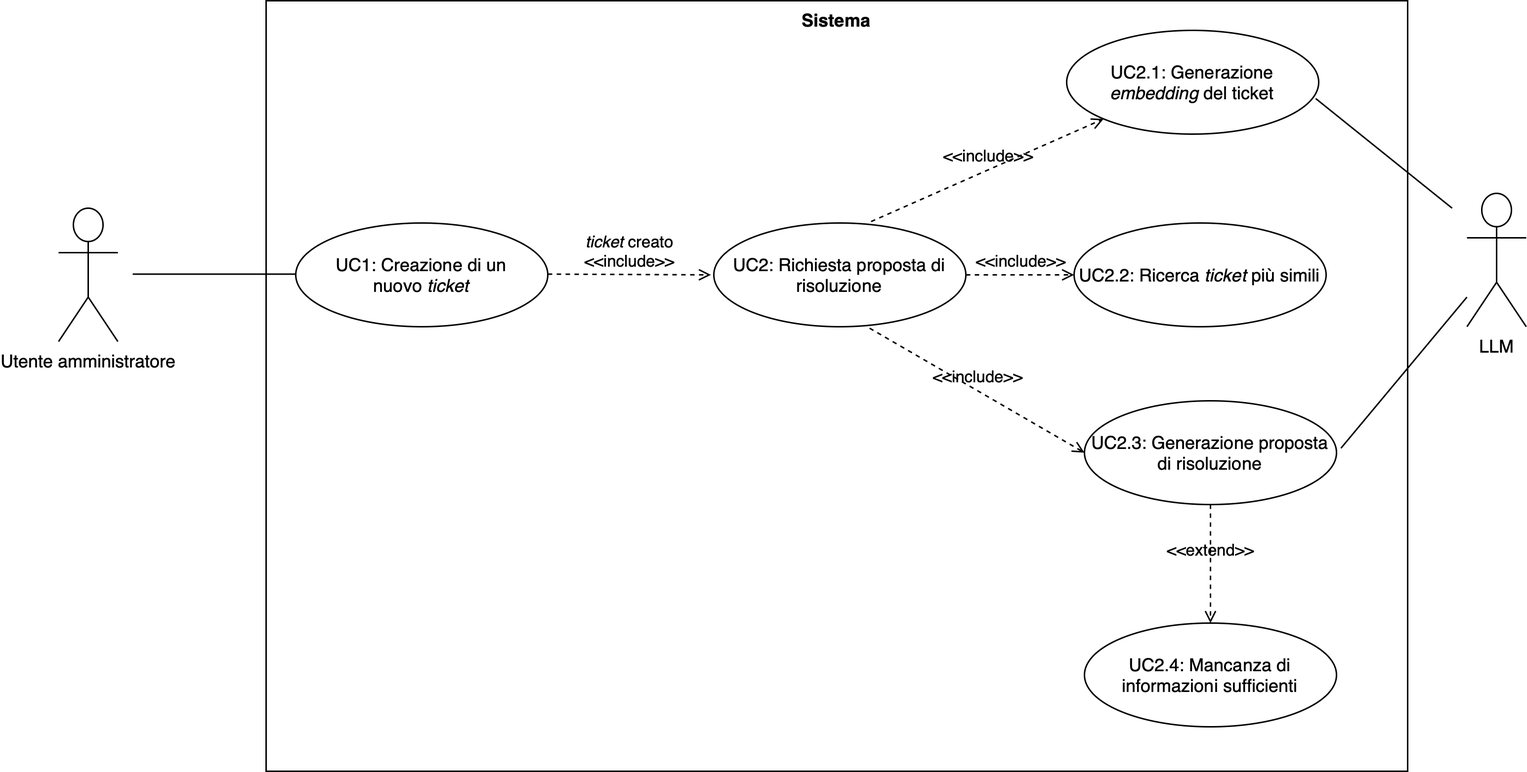
Before: images/uc2.png, a diagram exported from draw.io (EndyXVIII/thesis-unipd). Source tidied: cells renumbered, new cells last; positions are measured from the earlier drawing's top-left corner, leaving out a move shared by most shapes. The source it was exported from:
```xml
<mxGraphModel>
  <root>
    <mxCell id="0" />
    <mxCell id="1" parent="0" />
    <mxCell id="2" value="Utente amministratore" style="shape=umlActor;verticalLabelPosition=bottom;verticalAlign=top;html=1;" parent="1" vertex="1">
      <mxGeometry y="140" width="40" height="90" as="geometry" />
    </mxCell>
    <mxCell id="3" value="Sistema" style="shape=rect;html=1;verticalAlign=top;fontStyle=1;whiteSpace=wrap;align=center;" parent="1" vertex="1">
      <mxGeometry x="140" width="770" height="520" as="geometry" />
    </mxCell>
    <mxCell id="4" value="UC1: Creazione di un nuovo&amp;nbsp;&lt;i&gt;ticket&lt;/i&gt;" style="ellipse;whiteSpace=wrap;html=1;" parent="1" vertex="1">
      <mxGeometry x="160" y="150" width="170" height="70" as="geometry" />
    </mxCell>
    <mxCell id="5" style="edgeStyle=none;html=1;endArrow=none;verticalAlign=bottom;rounded=0;" parent="1" edge="1">
      <mxGeometry relative="1" as="geometry">
        <mxPoint x="50" y="184.5" as="sourcePoint" />
        <mxPoint x="160" y="184.5" as="targetPoint" />
      </mxGeometry>
    </mxCell>
    <mxCell id="6" value="&lt;i&gt;ticket&lt;/i&gt; creato&lt;div&gt;&amp;lt;&amp;lt;include&amp;gt;&amp;gt;&lt;/div&gt;" style="html=1;verticalAlign=bottom;labelBackgroundColor=none;endArrow=open;endFill=0;dashed=1;rounded=0;" parent="1" edge="1">
      <mxGeometry relative="1" as="geometry">
        <mxPoint x="330" y="184.5" as="sourcePoint" />
        <mxPoint x="440" y="185" as="targetPoint" />
      </mxGeometry>
    </mxCell>
    <mxCell id="7" value="UC2: Richiesta proposta di risoluzione" style="ellipse;whiteSpace=wrap;html=1;" parent="1" vertex="1">
      <mxGeometry x="442" y="150" width="170" height="70" as="geometry" />
    </mxCell>
    <mxCell id="8" value="&amp;lt;&amp;lt;include&amp;gt;&amp;gt;" style="html=1;verticalAlign=bottom;labelBackgroundColor=none;endArrow=open;endFill=0;dashed=1;rounded=0;exitX=0.624;exitY=-0.014;exitDx=0;exitDy=0;exitPerimeter=0;entryX=0;entryY=1;entryDx=0;entryDy=0;" parent="1" edge="1" source="7" target="9">
      <mxGeometry x="0.01" relative="1" as="geometry" />
    </mxCell>
    <mxCell id="9" value="UC2.1: Generazione &lt;i&gt;embedding&lt;/i&gt; del ticket" style="ellipse;whiteSpace=wrap;html=1;" parent="1" vertex="1">
      <mxGeometry x="680" y="20" width="170" height="70" as="geometry" />
    </mxCell>
    <mxCell id="10" value="LLM" style="shape=umlActor;verticalLabelPosition=bottom;verticalAlign=top;html=1;" parent="1" vertex="1">
      <mxGeometry x="950" y="130" width="40" height="90" as="geometry" />
    </mxCell>
    <mxCell id="11" value="UC2.2: Ricerca &lt;i&gt;ticket&lt;/i&gt; più simili" style="ellipse;whiteSpace=wrap;html=1;" parent="1" vertex="1">
      <mxGeometry x="685" y="150" width="170" height="70" as="geometry" />
    </mxCell>
    <mxCell id="12" value="&amp;lt;&amp;lt;include&amp;gt;&amp;gt;" style="html=1;verticalAlign=bottom;labelBackgroundColor=none;endArrow=open;endFill=0;dashed=1;rounded=0;exitX=1;exitY=0.5;exitDx=0;exitDy=0;entryX=0;entryY=0.5;entryDx=0;entryDy=0;" parent="1" edge="1" source="7" target="11">
      <mxGeometry x="0.01" relative="1" as="geometry" />
    </mxCell>
    <mxCell id="13" value="UC2.3: Generazione proposta di risoluzione" style="ellipse;whiteSpace=wrap;html=1;" parent="1" vertex="1">
      <mxGeometry x="692" y="270" width="170" height="70" as="geometry" />
    </mxCell>
    <mxCell id="14" value="&amp;lt;&amp;lt;include&amp;gt;&amp;gt;" style="html=1;verticalAlign=bottom;labelBackgroundColor=none;endArrow=open;endFill=0;dashed=1;rounded=0;exitX=0.618;exitY=1.014;exitDx=0;exitDy=0;exitPerimeter=0;entryX=0;entryY=0.5;entryDx=0;entryDy=0;" parent="1" edge="1" source="7" target="13">
      <mxGeometry x="0.01" relative="1" as="geometry" />
    </mxCell>
    <mxCell id="15" style="edgeStyle=none;html=1;endArrow=none;verticalAlign=bottom;rounded=0;entryX=0.988;entryY=0.657;entryDx=0;entryDy=0;entryPerimeter=0;" parent="1" edge="1" target="9">
      <mxGeometry relative="1" as="geometry">
        <mxPoint x="940" y="140" as="sourcePoint" />
      </mxGeometry>
    </mxCell>
    <mxCell id="16" style="edgeStyle=none;html=1;endArrow=none;verticalAlign=bottom;rounded=0;entryX=0.959;entryY=0.314;entryDx=0;entryDy=0;entryPerimeter=0;" parent="1" edge="1">
      <mxGeometry relative="1" as="geometry">
        <mxPoint x="950" y="200" as="sourcePoint" />
        <mxPoint x="865" y="302" as="targetPoint" />
      </mxGeometry>
    </mxCell>
    <mxCell id="17" value="&lt;div&gt;&amp;lt;&amp;lt;extend&amp;gt;&amp;gt;&lt;/div&gt;" style="html=1;verticalAlign=bottom;labelBackgroundColor=none;endArrow=open;endFill=0;dashed=1;rounded=0;entryX=0.5;entryY=0;entryDx=0;entryDy=0;" parent="1" edge="1" source="13" target="18">
      <mxGeometry relative="1" as="geometry" />
    </mxCell>
    <mxCell id="18" value="UC2.4: Mancanza di informazioni sufficienti" style="ellipse;whiteSpace=wrap;html=1;" parent="1" vertex="1">
      <mxGeometry x="692" y="420" width="170" height="70" as="geometry" />
    </mxCell>
  </root>
</mxGraphModel>
```
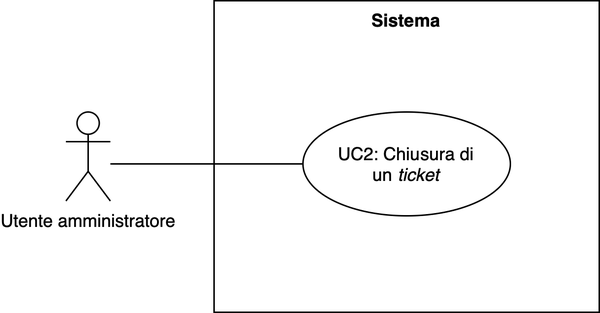
The same diagram one commit later.

What changed in the source:
```diff
@@ -2,67 +2,19 @@
   <root>
     <mxCell id="0" />
     <mxCell id="1" parent="0" />
-    <mxCell id="2" value="Utente amministratore" style="shape=umlActor;verticalLabelPosition=bottom;verticalAlign=top;html=1;" parent="1" vertex="1">
-      <mxGeometry y="140" width="40" height="90" as="geometry" />
+    <mxCell id="2" value="Utente amministratore&lt;div&gt;&lt;br&gt;&lt;/div&gt;" style="shape=umlActor;verticalLabelPosition=bottom;verticalAlign=top;html=1;" parent="1" vertex="1">
+      <mxGeometry x="380" y="-315" width="30" height="60" as="geometry" />
     </mxCell>
     <mxCell id="3" value="Sistema" style="shape=rect;html=1;verticalAlign=top;fontStyle=1;whiteSpace=wrap;align=center;" parent="1" vertex="1">
-      <mxGeometry x="140" width="770" height="520" as="geometry" />
+      <mxGeometry x="480" y="-390" width="260" height="210" as="geometry" />
     </mxCell>
-    <mxCell id="4" value="UC1: Creazione di un nuovo&amp;nbsp;&lt;i&gt;ticket&lt;/i&gt;" style="ellipse;whiteSpace=wrap;html=1;" parent="1" vertex="1">
-      <mxGeometry x="160" y="150" width="170" height="70" as="geometry" />
+    <mxCell id="4" value="UC2: Chiusura di un&amp;nbsp;&lt;i&gt;ticket&lt;/i&gt;" style="ellipse;whiteSpace=wrap;html=1;" parent="1" vertex="1">
+      <mxGeometry x="540" y="-315" width="140" height="70" as="geometry" />
     </mxCell>
-    <mxCell id="5" style="edgeStyle=none;html=1;endArrow=none;verticalAlign=bottom;rounded=0;" parent="1" edge="1">
+    <mxCell id="5" style="edgeStyle=none;html=1;endArrow=none;verticalAlign=bottom;rounded=0;entryX=0;entryY=0.5;entryDx=0;entryDy=0;" parent="1" edge="1" target="4">
       <mxGeometry relative="1" as="geometry">
-        <mxPoint x="50" y="184.5" as="sourcePoint" />
-        <mxPoint x="160" y="184.5" as="targetPoint" />
+        <mxPoint x="410" y="-280" as="sourcePoint" />
       </mxGeometry>
     </mxCell>
-    <mxCell id="6" value="&lt;i&gt;ticket&lt;/i&gt; creato&lt;div&gt;&amp;lt;&amp;lt;include&amp;gt;&amp;gt;&lt;/div&gt;" style="html=1;verticalAlign=bottom;labelBackgroundColor=none;endArrow=open;endFill=0;dashed=1;rounded=0;" parent="1" edge="1">
-      <mxGeometry relative="1" as="geometry">
-        <mxPoint x="330" y="184.5" as="sourcePoint" />
-        <mxPoint x="440" y="185" as="targetPoint" />
-      </mxGeometry>
-    </mxCell>
-    <mxCell id="7" value="UC2: Richiesta proposta di risoluzione" style="ellipse;whiteSpace=wrap;html=1;" parent="1" vertex="1">
-      <mxGeometry x="442" y="150" width="170" height="70" as="geometry" />
-    </mxCell>
-    <mxCell id="8" value="&amp;lt;&amp;lt;include&amp;gt;&amp;gt;" style="html=1;verticalAlign=bottom;labelBackgroundColor=none;endArrow=open;endFill=0;dashed=1;rounded=0;exitX=0.624;exitY=-0.014;exitDx=0;exitDy=0;exitPerimeter=0;entryX=0;entryY=1;entryDx=0;entryDy=0;" parent="1" edge="1" source="7" target="9">
-      <mxGeometry x="0.01" relative="1" as="geometry" />
-    </mxCell>
-    <mxCell id="9" value="UC2.1: Generazione &lt;i&gt;embedding&lt;/i&gt; del ticket" style="ellipse;whiteSpace=wrap;html=1;" parent="1" vertex="1">
-      <mxGeometry x="680" y="20" width="170" height="70" as="geometry" />
-    </mxCell>
-    <mxCell id="10" value="LLM" style="shape=umlActor;verticalLabelPosition=bottom;verticalAlign=top;html=1;" parent="1" vertex="1">
-      <mxGeometry x="950" y="130" width="40" height="90" as="geometry" />
-    </mxCell>
-    <mxCell id="11" value="UC2.2: Ricerca &lt;i&gt;ticket&lt;/i&gt; più simili" style="ellipse;whiteSpace=wrap;html=1;" parent="1" vertex="1">
-      <mxGeometry x="685" y="150" width="170" height="70" as="geometry" />
-    </mxCell>
-    <mxCell id="12" value="&amp;lt;&amp;lt;include&amp;gt;&amp;gt;" style="html=1;verticalAlign=bottom;labelBackgroundColor=none;endArrow=open;endFill=0;dashed=1;rounded=0;exitX=1;exitY=0.5;exitDx=0;exitDy=0;entryX=0;entryY=0.5;entryDx=0;entryDy=0;" parent="1" edge="1" source="7" target="11">
-      <mxGeometry x="0.01" relative="1" as="geometry" />
-    </mxCell>
-    <mxCell id="13" value="UC2.3: Generazione proposta di risoluzione" style="ellipse;whiteSpace=wrap;html=1;" parent="1" vertex="1">
-      <mxGeometry x="692" y="270" width="170" height="70" as="geometry" />
-    </mxCell>
-    <mxCell id="14" value="&amp;lt;&amp;lt;include&amp;gt;&amp;gt;" style="html=1;verticalAlign=bottom;labelBackgroundColor=none;endArrow=open;endFill=0;dashed=1;rounded=0;exitX=0.618;exitY=1.014;exitDx=0;exitDy=0;exitPerimeter=0;entryX=0;entryY=0.5;entryDx=0;entryDy=0;" parent="1" edge="1" source="7" target="13">
-      <mxGeometry x="0.01" relative="1" as="geometry" />
-    </mxCell>
-    <mxCell id="15" style="edgeStyle=none;html=1;endArrow=none;verticalAlign=bottom;rounded=0;entryX=0.988;entryY=0.657;entryDx=0;entryDy=0;entryPerimeter=0;" parent="1" edge="1" target="9">
-      <mxGeometry relative="1" as="geometry">
-        <mxPoint x="940" y="140" as="sourcePoint" />
-      </mxGeometry>
-    </mxCell>
-    <mxCell id="16" style="edgeStyle=none;html=1;endArrow=none;verticalAlign=bottom;rounded=0;entryX=0.959;entryY=0.314;entryDx=0;entryDy=0;entryPerimeter=0;" parent="1" edge="1">
-      <mxGeometry relative="1" as="geometry">
-        <mxPoint x="950" y="200" as="sourcePoint" />
-        <mxPoint x="865" y="302" as="targetPoint" />
-      </mxGeometry>
-    </mxCell>
-    <mxCell id="17" value="&lt;div&gt;&amp;lt;&amp;lt;extend&amp;gt;&amp;gt;&lt;/div&gt;" style="html=1;verticalAlign=bottom;labelBackgroundColor=none;endArrow=open;endFill=0;dashed=1;rounded=0;entryX=0.5;entryY=0;entryDx=0;entryDy=0;" parent="1" edge="1" source="13" target="18">
-      <mxGeometry relative="1" as="geometry" />
-    </mxCell>
-    <mxCell id="18" value="UC2.4: Mancanza di informazioni sufficienti" style="ellipse;whiteSpace=wrap;html=1;" parent="1" vertex="1">
-      <mxGeometry x="692" y="420" width="170" height="70" as="geometry" />
-    </mxCell>
   </root>
 </mxGraphModel>
```
